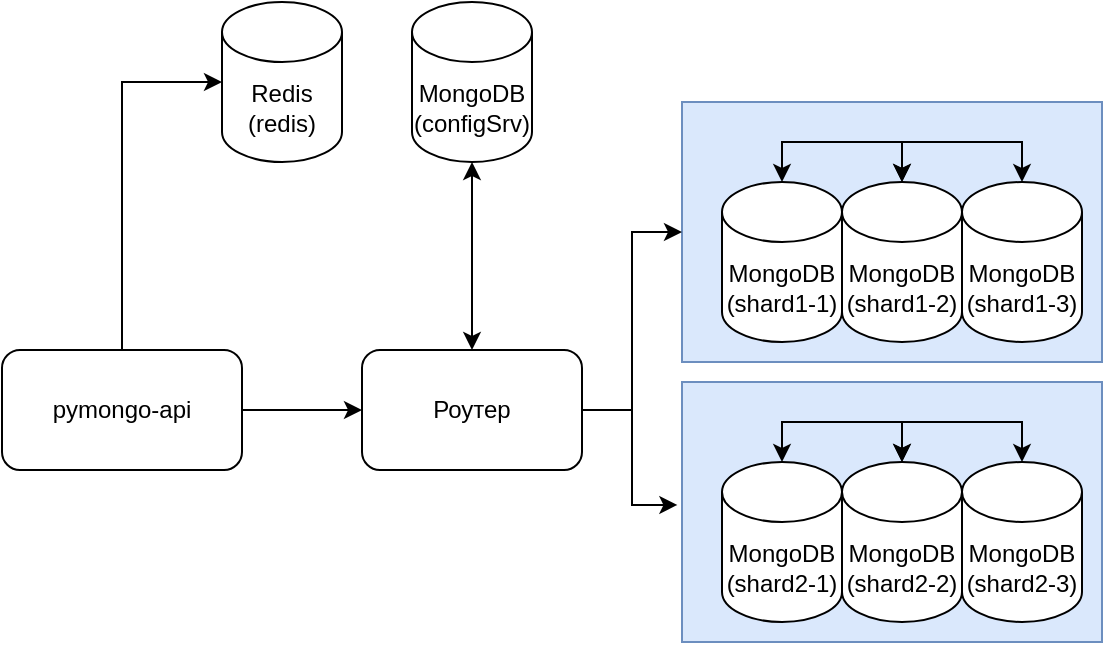
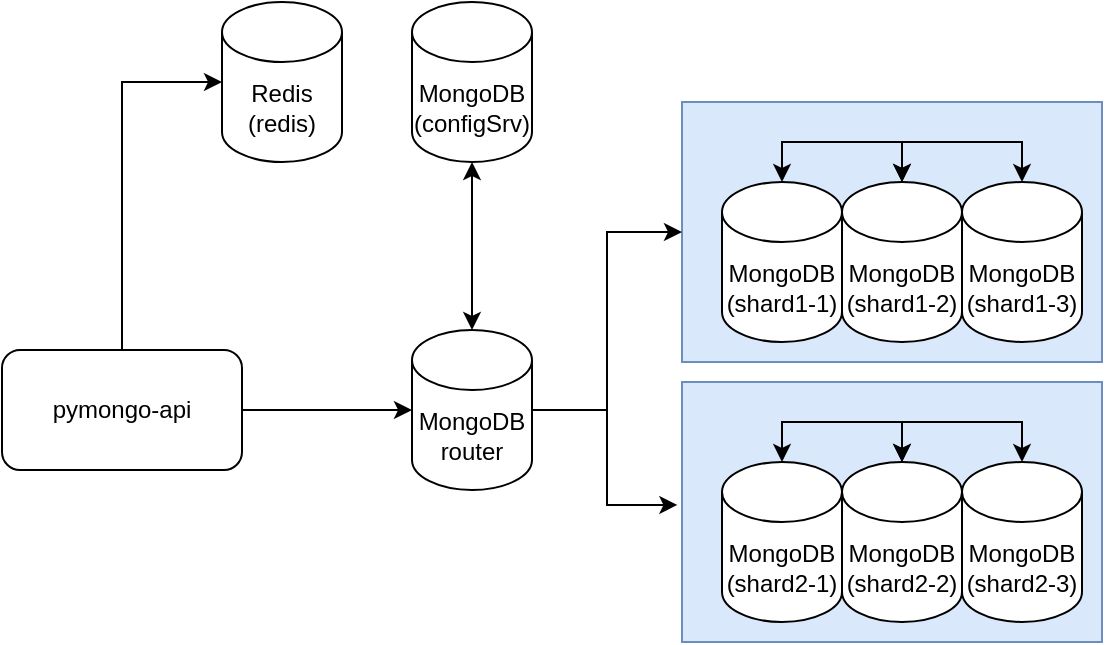
- <mxfile host="app.diagrams.net" agent="Mozilla/5.0 (Windows NT 10.0; Win64; x64; rv:147.0) Gecko/20100101 Firefox/147.0" version="29.4.0">
+ <mxfile host="drawio-plugin" agent="Mozilla/5.0 (X11; Linux x86_64) AppleWebKit/537.36 (KHTML, like Gecko) Chrome/137.0.0.0 Safari/537.36" modified="2026-02-24T18:42:59.309Z" version="22.1.22" etag="OVEiyMNUsR4zYiYcuO6t" type="embed">
  <diagram name="Page-1" id="-H_mtQnk-PTXWXPvYvuk">
-     <mxGraphModel dx="1151" dy="651" grid="1" gridSize="10" guides="1" tooltips="1" connect="1" arrows="1" fold="1" page="1" pageScale="1" pageWidth="1169" pageHeight="827" math="0" shadow="0">
+     <mxGraphModel dx="1206" dy="775" grid="1" gridSize="10" guides="1" tooltips="1" connect="1" arrows="1" fold="1" page="1" pageScale="1" pageWidth="1169" pageHeight="827" math="0" shadow="0">
      <root>
        <mxCell id="0" />
        <mxCell id="1" parent="0" />
-         <mxCell id="U0gfG2HtXfy_A-9axRyB-25" edge="1" parent="1" source="zA23MoTUsTF4_91t8viU-3" style="edgeStyle=orthogonalEdgeStyle;rounded=0;orthogonalLoop=1;jettySize=auto;html=1;exitX=1;exitY=0.5;exitDx=0;exitDy=0;entryX=0;entryY=0.5;entryDx=0;entryDy=0;" target="U0gfG2HtXfy_A-9axRyB-24">
+         <mxCell id="U0gfG2HtXfy_A-9axRyB-25" style="edgeStyle=orthogonalEdgeStyle;rounded=0;orthogonalLoop=1;jettySize=auto;html=1;exitX=1;exitY=0.5;exitDx=0;exitDy=0;entryX=0;entryY=0.5;entryDx=0;entryDy=0;entryPerimeter=0;" parent="1" source="zA23MoTUsTF4_91t8viU-3" target="2" edge="1">
          <mxGeometry relative="1" as="geometry" />
        </mxCell>
-         <mxCell id="zA23MoTUsTF4_91t8viU-3" parent="1" style="rounded=1;whiteSpace=wrap;html=1;" value="pymongo-api" vertex="1">
-           <mxGeometry height="60" width="120" x="130" y="354" as="geometry" />
+         <mxCell id="zA23MoTUsTF4_91t8viU-3" value="pymongo-api" style="rounded=1;whiteSpace=wrap;html=1;" parent="1" vertex="1">
+           <mxGeometry x="130" y="354" width="120" height="60" as="geometry" />
        </mxCell>
-         <mxCell id="U0gfG2HtXfy_A-9axRyB-12" parent="1" style="rounded=0;whiteSpace=wrap;html=1;fillColor=#dae8fc;strokeColor=#6c8ebf;" value="" vertex="1">
-           <mxGeometry height="130" width="210" x="470" y="230" as="geometry" />
+         <mxCell id="U0gfG2HtXfy_A-9axRyB-12" value="" style="rounded=0;whiteSpace=wrap;html=1;fillColor=#dae8fc;strokeColor=#6c8ebf;" parent="1" vertex="1">
+           <mxGeometry x="470" y="230" width="210" height="130" as="geometry" />
        </mxCell>
-         <mxCell id="U0gfG2HtXfy_A-9axRyB-32" edge="1" parent="1" source="U0gfG2HtXfy_A-9axRyB-13" style="edgeStyle=orthogonalEdgeStyle;rounded=0;orthogonalLoop=1;jettySize=auto;html=1;entryX=0.5;entryY=0;entryDx=0;entryDy=0;entryPerimeter=0;startArrow=classic;startFill=1;" target="U0gfG2HtXfy_A-9axRyB-14">
+         <mxCell id="U0gfG2HtXfy_A-9axRyB-32" style="edgeStyle=orthogonalEdgeStyle;rounded=0;orthogonalLoop=1;jettySize=auto;html=1;entryX=0.5;entryY=0;entryDx=0;entryDy=0;entryPerimeter=0;startArrow=classic;startFill=1;" parent="1" source="U0gfG2HtXfy_A-9axRyB-13" target="U0gfG2HtXfy_A-9axRyB-14" edge="1">
          <mxGeometry relative="1" as="geometry" />
        </mxCell>
-         <mxCell id="U0gfG2HtXfy_A-9axRyB-13" parent="1" style="shape=cylinder3;whiteSpace=wrap;html=1;boundedLbl=1;backgroundOutline=1;size=15;" value="&lt;div&gt;MongoDB&lt;/div&gt;(shard1-1)" vertex="1">
-           <mxGeometry height="80" width="60" x="490" y="270" as="geometry" />
+         <mxCell id="U0gfG2HtXfy_A-9axRyB-13" value="&lt;div&gt;MongoDB&lt;/div&gt;(shard1-1)" style="shape=cylinder3;whiteSpace=wrap;html=1;boundedLbl=1;backgroundOutline=1;size=15;" parent="1" vertex="1">
+           <mxGeometry x="490" y="270" width="60" height="80" as="geometry" />
        </mxCell>
-         <mxCell id="U0gfG2HtXfy_A-9axRyB-14" parent="1" style="shape=cylinder3;whiteSpace=wrap;html=1;boundedLbl=1;backgroundOutline=1;size=15;" value="&lt;div&gt;MongoDB&lt;/div&gt;(shard1-2)" vertex="1">
-           <mxGeometry height="80" width="60" x="550" y="270" as="geometry" />
+         <mxCell id="U0gfG2HtXfy_A-9axRyB-14" value="&lt;div&gt;MongoDB&lt;/div&gt;(shard1-2)" style="shape=cylinder3;whiteSpace=wrap;html=1;boundedLbl=1;backgroundOutline=1;size=15;" parent="1" vertex="1">
+           <mxGeometry x="550" y="270" width="60" height="80" as="geometry" />
        </mxCell>
-         <mxCell id="U0gfG2HtXfy_A-9axRyB-33" edge="1" parent="1" source="U0gfG2HtXfy_A-9axRyB-15" style="edgeStyle=orthogonalEdgeStyle;rounded=0;orthogonalLoop=1;jettySize=auto;html=1;exitX=0.5;exitY=0;exitDx=0;exitDy=0;exitPerimeter=0;startArrow=classic;startFill=1;">
+         <mxCell id="U0gfG2HtXfy_A-9axRyB-33" style="edgeStyle=orthogonalEdgeStyle;rounded=0;orthogonalLoop=1;jettySize=auto;html=1;exitX=0.5;exitY=0;exitDx=0;exitDy=0;exitPerimeter=0;startArrow=classic;startFill=1;" parent="1" source="U0gfG2HtXfy_A-9axRyB-15" edge="1">
          <mxGeometry relative="1" as="geometry">
            <Array as="points">
              <mxPoint x="640" y="250" />
              <mxPoint x="580" y="250" />
            </Array>
            <mxPoint x="580" y="270" as="targetPoint" />
          </mxGeometry>
        </mxCell>
-         <mxCell id="U0gfG2HtXfy_A-9axRyB-15" parent="1" style="shape=cylinder3;whiteSpace=wrap;html=1;boundedLbl=1;backgroundOutline=1;size=15;" value="&lt;div&gt;MongoDB&lt;/div&gt;(shard1-3)" vertex="1">
-           <mxGeometry height="80" width="60" x="610" y="270" as="geometry" />
+         <mxCell id="U0gfG2HtXfy_A-9axRyB-15" value="&lt;div&gt;MongoDB&lt;/div&gt;(shard1-3)" style="shape=cylinder3;whiteSpace=wrap;html=1;boundedLbl=1;backgroundOutline=1;size=15;" parent="1" vertex="1">
+           <mxGeometry x="610" y="270" width="60" height="80" as="geometry" />
        </mxCell>
-         <mxCell id="U0gfG2HtXfy_A-9axRyB-23" parent="1" style="shape=cylinder3;whiteSpace=wrap;html=1;boundedLbl=1;backgroundOutline=1;size=15;" value="&lt;div&gt;MongoDB&lt;/div&gt;(configSrv)" vertex="1">
-           <mxGeometry height="80" width="60" x="335" y="180" as="geometry" />
+         <mxCell id="U0gfG2HtXfy_A-9axRyB-23" value="&lt;div&gt;MongoDB&lt;/div&gt;(configSrv)" style="shape=cylinder3;whiteSpace=wrap;html=1;boundedLbl=1;backgroundOutline=1;size=15;" parent="1" vertex="1">
+           <mxGeometry x="335" y="180" width="60" height="80" as="geometry" />
        </mxCell>
-         <mxCell id="U0gfG2HtXfy_A-9axRyB-27" edge="1" parent="1" source="U0gfG2HtXfy_A-9axRyB-24" style="edgeStyle=orthogonalEdgeStyle;rounded=0;orthogonalLoop=1;jettySize=auto;html=1;exitX=1;exitY=0.5;exitDx=0;exitDy=0;entryX=-0.011;entryY=0.473;entryDx=0;entryDy=0;entryPerimeter=0;" target="U0gfG2HtXfy_A-9axRyB-35">
+         <mxCell id="U0gfG2HtXfy_A-9axRyB-27" style="edgeStyle=orthogonalEdgeStyle;rounded=0;orthogonalLoop=1;jettySize=auto;html=1;exitX=1;exitY=0.5;exitDx=0;exitDy=0;entryX=-0.011;entryY=0.473;entryDx=0;entryDy=0;entryPerimeter=0;exitPerimeter=0;" parent="1" source="2" target="U0gfG2HtXfy_A-9axRyB-35" edge="1">
          <mxGeometry relative="1" as="geometry">
            <mxPoint x="480" y="439.9999999999999" as="targetPoint" />
          </mxGeometry>
        </mxCell>
-         <mxCell id="U0gfG2HtXfy_A-9axRyB-28" edge="1" parent="1" source="U0gfG2HtXfy_A-9axRyB-24" style="edgeStyle=orthogonalEdgeStyle;rounded=0;orthogonalLoop=1;jettySize=auto;html=1;exitX=1;exitY=0.5;exitDx=0;exitDy=0;entryX=0;entryY=0.5;entryDx=0;entryDy=0;" target="U0gfG2HtXfy_A-9axRyB-12">
+         <mxCell id="U0gfG2HtXfy_A-9axRyB-28" style="edgeStyle=orthogonalEdgeStyle;rounded=0;orthogonalLoop=1;jettySize=auto;html=1;exitX=1;exitY=0.5;exitDx=0;exitDy=0;entryX=0;entryY=0.5;entryDx=0;entryDy=0;exitPerimeter=0;" parent="1" source="2" target="U0gfG2HtXfy_A-9axRyB-12" edge="1">
          <mxGeometry relative="1" as="geometry" />
        </mxCell>
-         <mxCell id="U0gfG2HtXfy_A-9axRyB-24" parent="1" style="rounded=1;whiteSpace=wrap;html=1;rotation=0;" value="Роутер" vertex="1">
-           <mxGeometry height="60" width="110" x="310" y="354" as="geometry" />
-         </mxCell>
-         <mxCell id="U0gfG2HtXfy_A-9axRyB-30" edge="1" parent="1" source="U0gfG2HtXfy_A-9axRyB-24" style="edgeStyle=orthogonalEdgeStyle;rounded=0;orthogonalLoop=1;jettySize=auto;html=1;entryX=0.5;entryY=1;entryDx=0;entryDy=0;entryPerimeter=0;startArrow=classic;startFill=1;" target="U0gfG2HtXfy_A-9axRyB-23">
+         <mxCell id="U0gfG2HtXfy_A-9axRyB-30" style="edgeStyle=orthogonalEdgeStyle;rounded=0;orthogonalLoop=1;jettySize=auto;html=1;entryX=0.5;entryY=1;entryDx=0;entryDy=0;entryPerimeter=0;startArrow=classic;startFill=1;exitX=0.5;exitY=0;exitDx=0;exitDy=0;exitPerimeter=0;" parent="1" source="2" target="U0gfG2HtXfy_A-9axRyB-23" edge="1">
          <mxGeometry relative="1" as="geometry" />
        </mxCell>
-         <mxCell id="U0gfG2HtXfy_A-9axRyB-35" parent="1" style="rounded=0;whiteSpace=wrap;html=1;fillColor=#dae8fc;strokeColor=#6c8ebf;" value="" vertex="1">
-           <mxGeometry height="130" width="210" x="470" y="370" as="geometry" />
+         <mxCell id="U0gfG2HtXfy_A-9axRyB-35" value="" style="rounded=0;whiteSpace=wrap;html=1;fillColor=#dae8fc;strokeColor=#6c8ebf;" parent="1" vertex="1">
+           <mxGeometry x="470" y="370" width="210" height="130" as="geometry" />
        </mxCell>
-         <mxCell id="U0gfG2HtXfy_A-9axRyB-36" edge="1" parent="1" source="U0gfG2HtXfy_A-9axRyB-37" style="edgeStyle=orthogonalEdgeStyle;rounded=0;orthogonalLoop=1;jettySize=auto;html=1;entryX=0.5;entryY=0;entryDx=0;entryDy=0;entryPerimeter=0;startArrow=classic;startFill=1;" target="U0gfG2HtXfy_A-9axRyB-38">
+         <mxCell id="U0gfG2HtXfy_A-9axRyB-36" style="edgeStyle=orthogonalEdgeStyle;rounded=0;orthogonalLoop=1;jettySize=auto;html=1;entryX=0.5;entryY=0;entryDx=0;entryDy=0;entryPerimeter=0;startArrow=classic;startFill=1;" parent="1" source="U0gfG2HtXfy_A-9axRyB-37" target="U0gfG2HtXfy_A-9axRyB-38" edge="1">
          <mxGeometry relative="1" as="geometry" />
        </mxCell>
-         <mxCell id="U0gfG2HtXfy_A-9axRyB-37" parent="1" style="shape=cylinder3;whiteSpace=wrap;html=1;boundedLbl=1;backgroundOutline=1;size=15;" value="&lt;div&gt;MongoDB&lt;/div&gt;(shard2-1)" vertex="1">
-           <mxGeometry height="80" width="60" x="490" y="410" as="geometry" />
+         <mxCell id="U0gfG2HtXfy_A-9axRyB-37" value="&lt;div&gt;MongoDB&lt;/div&gt;(shard2-1)" style="shape=cylinder3;whiteSpace=wrap;html=1;boundedLbl=1;backgroundOutline=1;size=15;" parent="1" vertex="1">
+           <mxGeometry x="490" y="410" width="60" height="80" as="geometry" />
        </mxCell>
-         <mxCell id="U0gfG2HtXfy_A-9axRyB-38" parent="1" style="shape=cylinder3;whiteSpace=wrap;html=1;boundedLbl=1;backgroundOutline=1;size=15;" value="&lt;div&gt;MongoDB&lt;/div&gt;(shard2-2)" vertex="1">
-           <mxGeometry height="80" width="60" x="550" y="410" as="geometry" />
+         <mxCell id="U0gfG2HtXfy_A-9axRyB-38" value="&lt;div&gt;MongoDB&lt;/div&gt;(shard2-2)" style="shape=cylinder3;whiteSpace=wrap;html=1;boundedLbl=1;backgroundOutline=1;size=15;" parent="1" vertex="1">
+           <mxGeometry x="550" y="410" width="60" height="80" as="geometry" />
        </mxCell>
-         <mxCell id="U0gfG2HtXfy_A-9axRyB-39" edge="1" parent="1" source="U0gfG2HtXfy_A-9axRyB-40" style="edgeStyle=orthogonalEdgeStyle;rounded=0;orthogonalLoop=1;jettySize=auto;html=1;exitX=0.5;exitY=0;exitDx=0;exitDy=0;exitPerimeter=0;startArrow=classic;startFill=1;">
+         <mxCell id="U0gfG2HtXfy_A-9axRyB-39" style="edgeStyle=orthogonalEdgeStyle;rounded=0;orthogonalLoop=1;jettySize=auto;html=1;exitX=0.5;exitY=0;exitDx=0;exitDy=0;exitPerimeter=0;startArrow=classic;startFill=1;" parent="1" source="U0gfG2HtXfy_A-9axRyB-40" edge="1">
          <mxGeometry relative="1" as="geometry">
            <Array as="points">
              <mxPoint x="640" y="390" />
              <mxPoint x="580" y="390" />
            </Array>
            <mxPoint x="580" y="410" as="targetPoint" />
          </mxGeometry>
        </mxCell>
-         <mxCell id="U0gfG2HtXfy_A-9axRyB-40" parent="1" style="shape=cylinder3;whiteSpace=wrap;html=1;boundedLbl=1;backgroundOutline=1;size=15;" value="&lt;div&gt;MongoDB&lt;/div&gt;(shard2-3)" vertex="1">
-           <mxGeometry height="80" width="60" x="610" y="410" as="geometry" />
+         <mxCell id="U0gfG2HtXfy_A-9axRyB-40" value="&lt;div&gt;MongoDB&lt;/div&gt;(shard2-3)" style="shape=cylinder3;whiteSpace=wrap;html=1;boundedLbl=1;backgroundOutline=1;size=15;" parent="1" vertex="1">
+           <mxGeometry x="610" y="410" width="60" height="80" as="geometry" />
        </mxCell>
-         <mxCell id="U0gfG2HtXfy_A-9axRyB-41" parent="1" style="shape=cylinder3;whiteSpace=wrap;html=1;boundedLbl=1;backgroundOutline=1;size=15;" value="&lt;div&gt;Redis&lt;/div&gt;(redis)" vertex="1">
-           <mxGeometry height="80" width="60" x="240" y="180" as="geometry" />
+         <mxCell id="U0gfG2HtXfy_A-9axRyB-41" value="&lt;div&gt;Redis&lt;/div&gt;(redis)" style="shape=cylinder3;whiteSpace=wrap;html=1;boundedLbl=1;backgroundOutline=1;size=15;" parent="1" vertex="1">
+           <mxGeometry x="240" y="180" width="60" height="80" as="geometry" />
        </mxCell>
-         <mxCell id="U0gfG2HtXfy_A-9axRyB-42" edge="1" parent="1" source="zA23MoTUsTF4_91t8viU-3" style="edgeStyle=orthogonalEdgeStyle;rounded=0;orthogonalLoop=1;jettySize=auto;html=1;entryX=0;entryY=0.5;entryDx=0;entryDy=0;entryPerimeter=0;" target="U0gfG2HtXfy_A-9axRyB-41">
+         <mxCell id="U0gfG2HtXfy_A-9axRyB-42" style="edgeStyle=orthogonalEdgeStyle;rounded=0;orthogonalLoop=1;jettySize=auto;html=1;entryX=0;entryY=0.5;entryDx=0;entryDy=0;entryPerimeter=0;" parent="1" source="zA23MoTUsTF4_91t8viU-3" target="U0gfG2HtXfy_A-9axRyB-41" edge="1">
          <mxGeometry relative="1" as="geometry" />
+         </mxCell>
+         <mxCell id="2" value="&lt;div&gt;MongoDB&lt;/div&gt;router" style="shape=cylinder3;whiteSpace=wrap;html=1;boundedLbl=1;backgroundOutline=1;size=15;" vertex="1" parent="1">
+           <mxGeometry x="335" y="344" width="60" height="80" as="geometry" />
        </mxCell>
      </root>
    </mxGraphModel>
  </diagram>
</mxfile>
